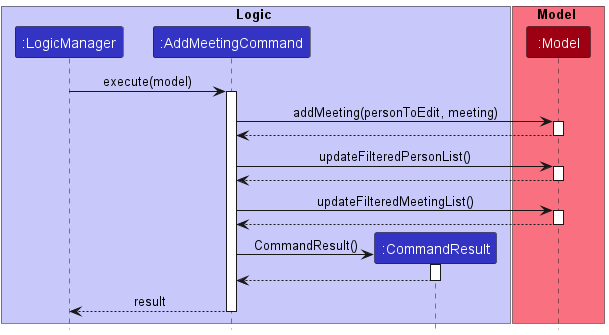
The PlantUML diagram docs/images/AddMeetingExecuteSequenceDiagram.PNG in nus-cs2103-AY2223S2/tp, before a commit.
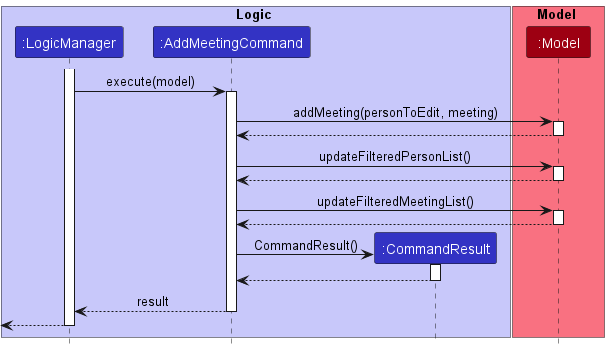
The same file after the commit.

What changed in the source:
```diff
@@ -10,6 +10,8 @@
 box Model MODEL_COLOR_T1
 participant ":Model" as Model MODEL_COLOR
 box end
+
+activate LogicManager
 
 LogicManager -> AddMeetingCommand : execute(model)
 activate AddMeetingCommand
@@ -42,5 +44,7 @@
 AddMeetingCommand --> LogicManager : result
 deactivate AddMeetingCommand
 
+[<-- LogicManager
+deactivate LogicManager
 
 @enduml
```
